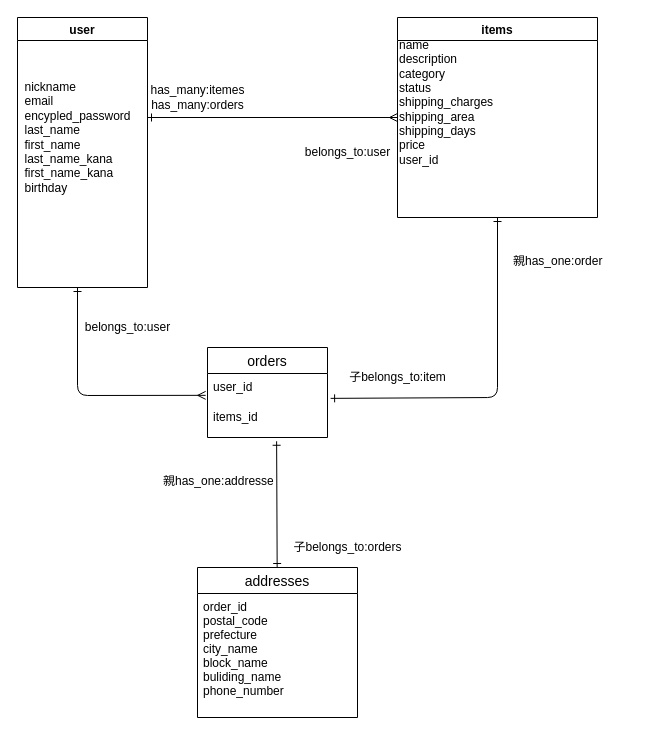
rtm29331/furima-38657 keeps this draw.io diagram as furima.dio. Above is the earlier version. Source tidied: cells renumbered, new cells numbered last; positions are measured from the earlier drawing's top-left corner, leaving out a move shared by most shapes. Both pictures are drawn from the tidied source at 100%, with x=0, y=0 at pixel (17, 17).
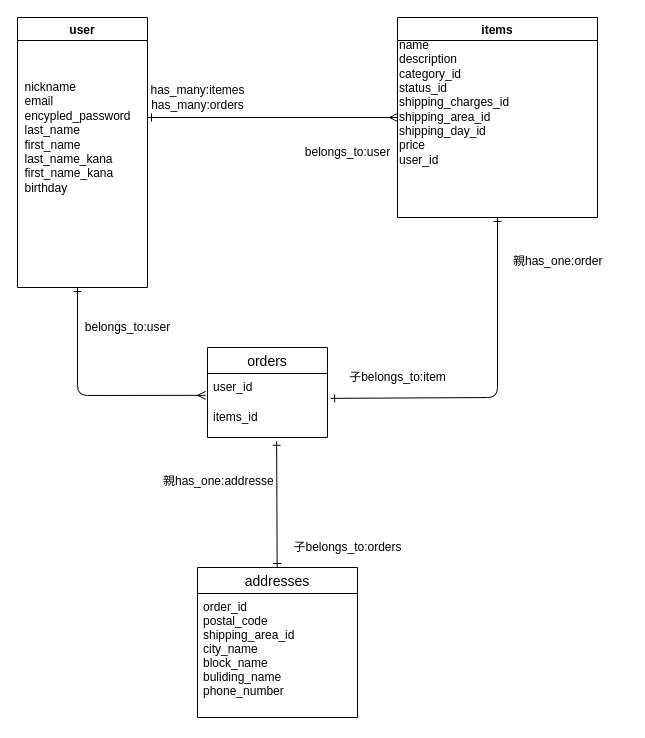
After the change.

Commit message (it also covers changes not shown here):
ER図、テーブル変更

The change refers to these unchanged cells:
```xml
<mxCell id="6" value="items" style="swimlane;" parent="1" vertex="1">
  <mxGeometry x="380" width="200" height="200" as="geometry" />
</mxCell>
<mxCell id="18" value="addresses" style="swimlane;fontStyle=0;horizontal=1;startSize=26;align=center;fontSize=14;" parent="1" vertex="1">
  <mxGeometry x="180" y="550" width="160" height="150" as="geometry" />
</mxCell>
```

What changed in the source:
```diff
@@
-    <mxCell id="7" value="name&lt;br&gt;description&lt;br&gt;category&lt;br&gt;status&lt;br&gt;shipping_charges&lt;br&gt;shipping_area&lt;br&gt;shipping_days&lt;br&gt;price&lt;br&gt;user_id" style="text;html=1;align=left;verticalAlign=middle;strokeColor=none;fillColor=none;" parent="6" vertex="1">
-      <mxGeometry y="20" width="110" height="130" as="geometry" />
+    <mxCell id="7" value="name&lt;br&gt;description&lt;br&gt;category_id&lt;br&gt;status_id&lt;br&gt;shipping_charges_id&lt;br&gt;shipping_area_id&lt;br&gt;shipping_day_id&lt;br&gt;price&lt;br&gt;user_id" style="text;html=1;align=left;verticalAlign=middle;strokeColor=none;fillColor=none;" parent="6" vertex="1">
+      <mxGeometry y="20" width="130" height="130" as="geometry" />
     </mxCell>
@@
-    <mxCell id="19" value="order_id&#10;postal_code&#10;prefecture&#10;city_name&#10;block_name&#10;buliding_name&#10;phone_number" style="text;strokeColor=none;fillColor=none;spacingLeft=4;spacingRight=4;overflow=hidden;fontSize=12;" parent="18" vertex="1">
+    <mxCell id="19" value="order_id&#10;postal_code&#10;shipping_area_id&#10;city_name&#10;block_name&#10;buliding_name&#10;phone_number" style="text;strokeColor=none;fillColor=none;spacingLeft=4;spacingRight=4;overflow=hidden;fontSize=12;" parent="18" vertex="1">
       <mxGeometry y="26" width="160" height="124" as="geometry" />
     </mxCell>
```
